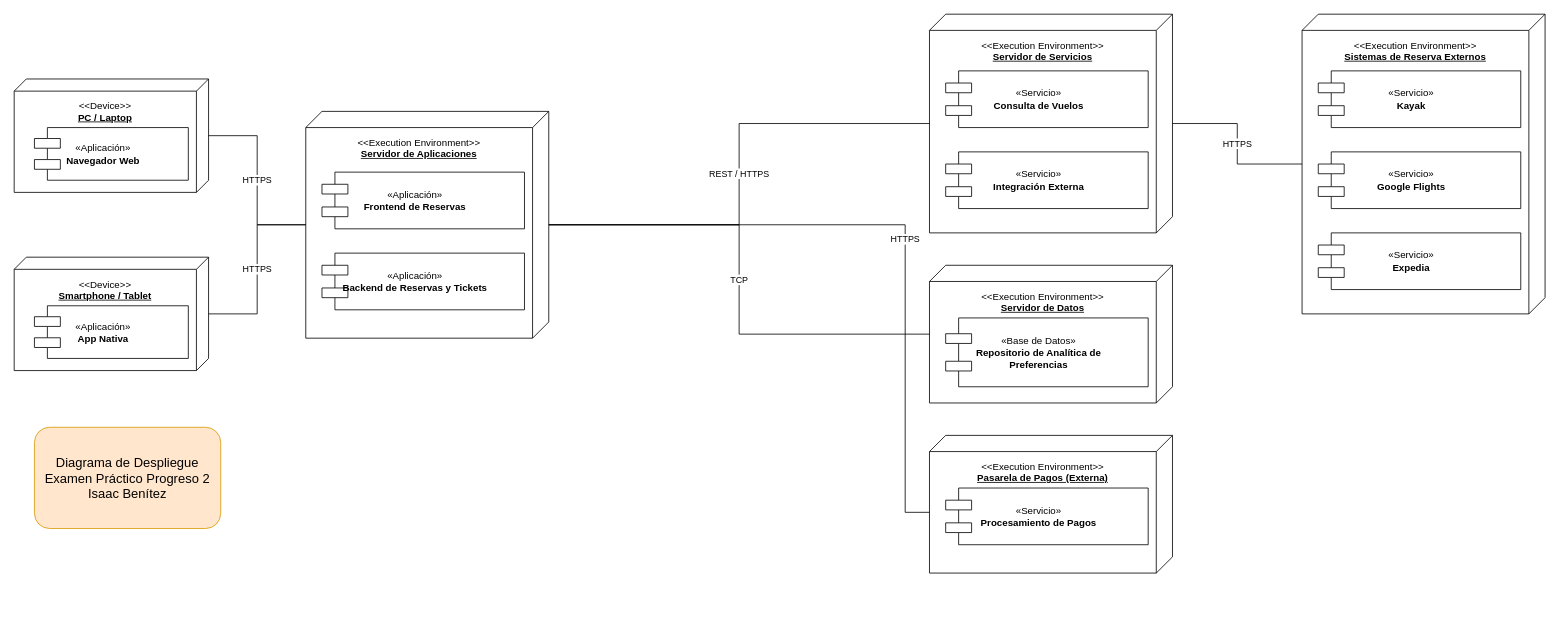
Above: EXAMEN-PRACTICO-P2-DESPLIEGUE.drawio in Isa4cc/MODELADO-DIAGRAMAS (draw.io), before the change. Source tidied: cells renumbered, new cells numbered last; positions are measured from the earlier drawing's top-left corner, leaving out a move shared by most shapes. Both pictures are drawn from the tidied source at 81%, with x=0, y=0 at pixel (14, 14).
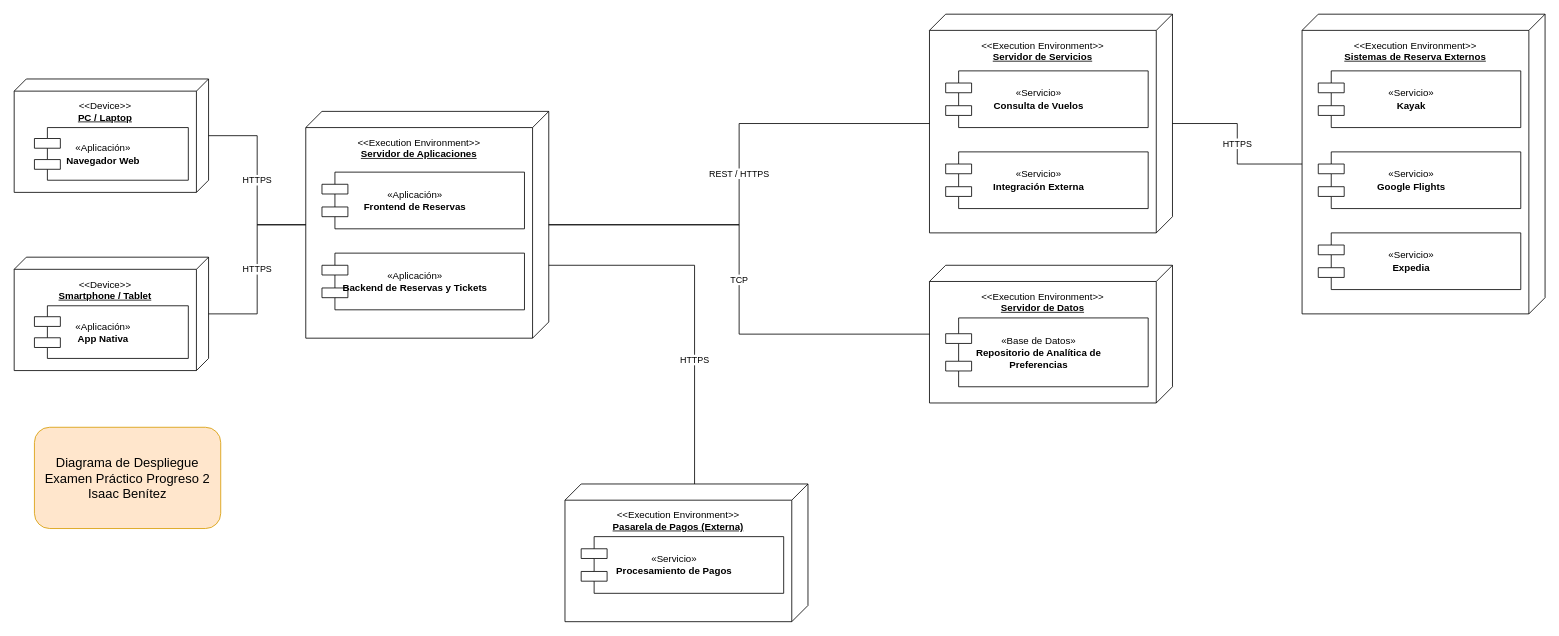
After the change.

The change refers to these unchanged cells:
```xml
<mxCell id="6" value="&amp;lt;&amp;lt;Execution Environment&amp;gt;&amp;gt;&lt;br&gt;&lt;b&gt;&lt;u&gt;Servidor de Aplicaciones&lt;/u&gt;&lt;/b&gt;" style="shape=cube;whiteSpace=wrap;html=1;boundedLbl=1;backgroundOutline=1;darkOpacity=0;darkOpacity2=0;size=20;verticalAlign=top;spacingTop=5;flipH=1;legacyAnchorPoints=0;" parent="1" vertex="1">
  <mxGeometry x="360" y="120" width="300" height="280" as="geometry" />
</mxCell>
```

Diff of the diagram source:
```diff
@@
     <mxCell id="14" value="&amp;lt;&amp;lt;Execution Environment&amp;gt;&amp;gt;&lt;br&gt;&lt;b&gt;&lt;u&gt;Pasarela de Pagos (Externa)&lt;/u&gt;&lt;/b&gt;" style="shape=cube;whiteSpace=wrap;html=1;boundedLbl=1;backgroundOutline=1;darkOpacity=0;darkOpacity2=0;size=20;verticalAlign=top;spacingTop=5;flipH=1;legacyAnchorPoints=0;" parent="1" vertex="1">
-      <mxGeometry x="1130" y="520" width="300" height="170" as="geometry" />
+      <mxGeometry x="680" y="580" width="300" height="170" as="geometry" />
     </mxCell>
     <mxCell id="15" value="«Servicio»&lt;br&gt;&lt;b&gt;Procesamiento de Pagos&lt;/b&gt;" style="shape=component;align=center;html=1;whiteSpace=wrap;spacingRight=20;" parent="1" vertex="1">
-      <mxGeometry x="1150" y="585" width="250" height="70" as="geometry" />
+      <mxGeometry x="700" y="645" width="250" height="70" as="geometry" />
     </mxCell>
@@
-    <mxCell id="24" value="HTTPS" style="edgeStyle=orthogonalEdgeStyle;rounded=0;html=1;endArrow=none;labelBackgroundColor=default;entryX=1;entryY=0.5;entryDx=0;entryDy=10;entryPerimeter=0;" parent="1" edge="1" source="6" target="14">
-      <mxGeometry x="0.11" relative="1" as="geometry">
+    <mxCell id="24" value="HTTPS" style="edgeStyle=orthogonalEdgeStyle;rounded=0;html=1;endArrow=none;labelBackgroundColor=default;entryX=0.5;entryY=0;entryDx=-10;entryDy=0;entryPerimeter=0;" parent="1" edge="1" source="6" target="14">
+      <mxGeometry x="0.32" relative="1" as="geometry">
         <Array as="points">
-          <mxPoint x="1100" y="260" />
-          <mxPoint x="1100" y="615" />
+          <mxPoint x="840" y="310" />
         </Array>
       </mxGeometry>
     </mxCell>
```
